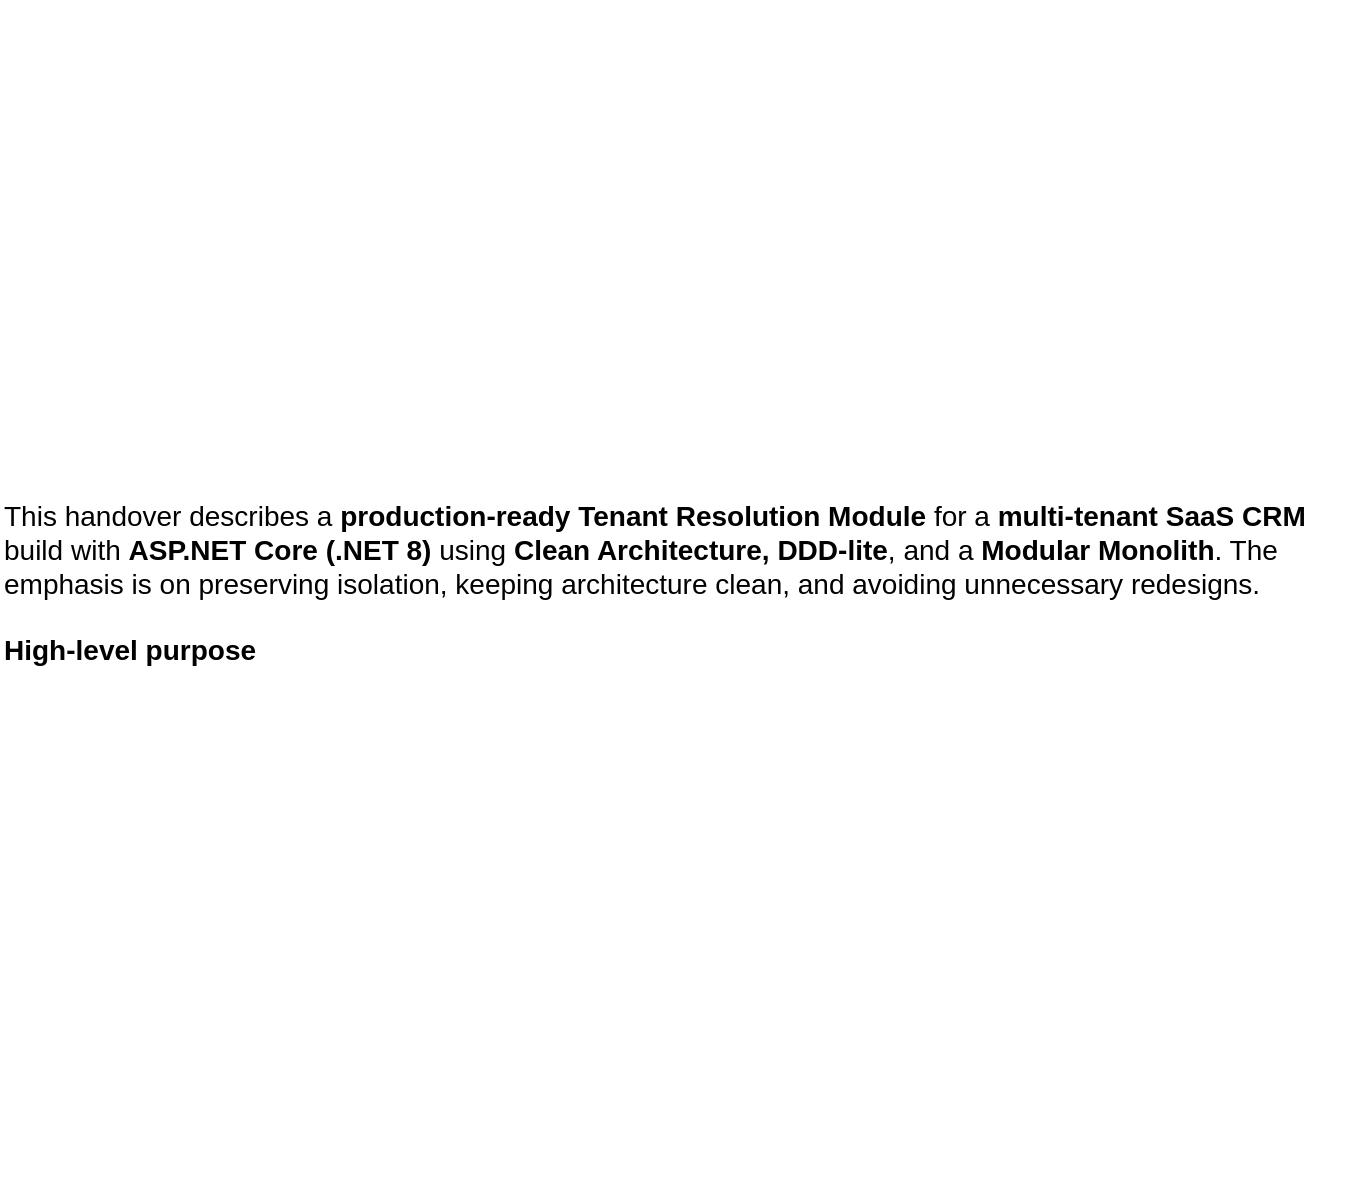
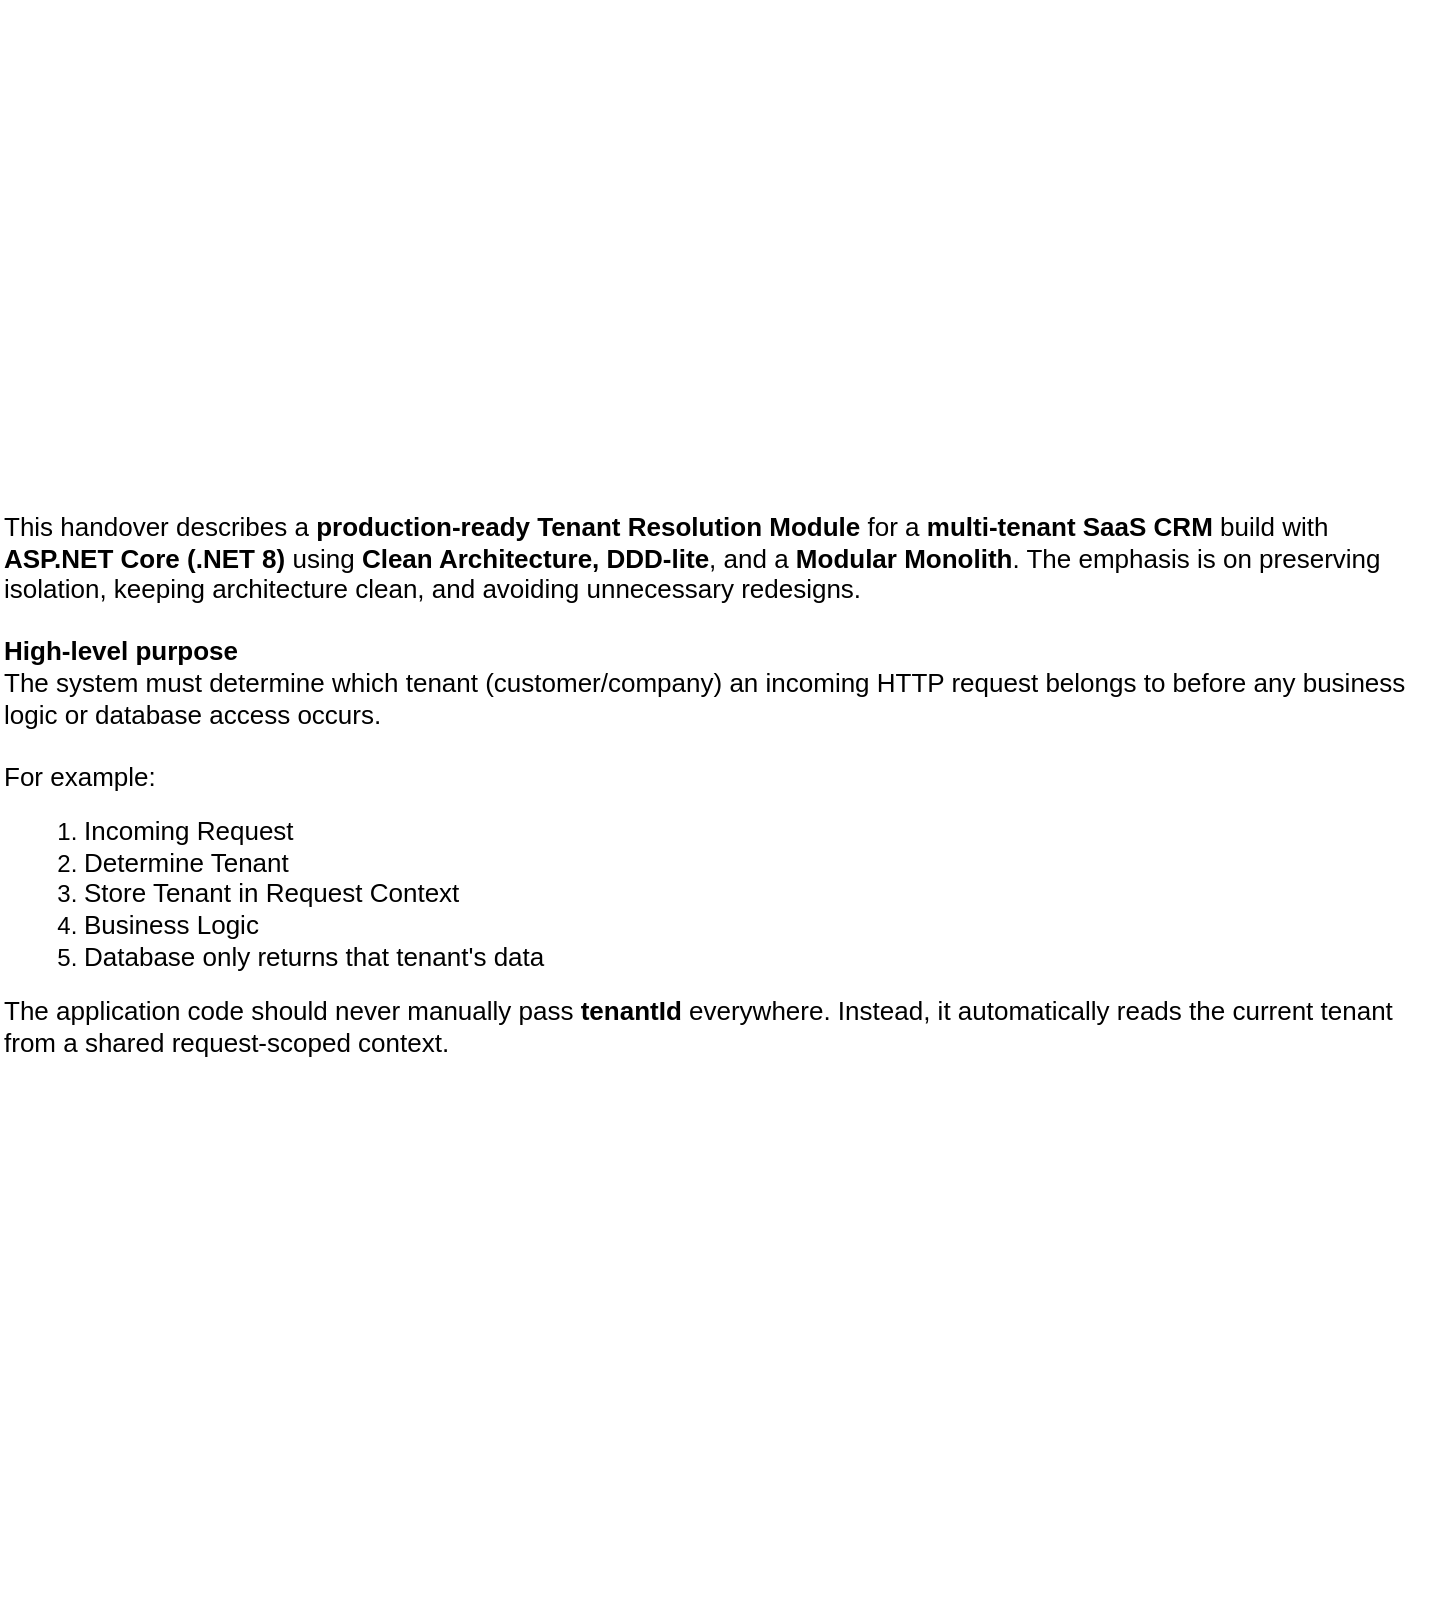
<mxfile host="app.diagrams.net">
  <diagram name="Page-1" id="CElwATwhmrqS2UhVftOB">
    <mxGraphModel dx="2691" dy="700" grid="1" gridSize="10" guides="1" tooltips="1" connect="1" arrows="1" fold="1" page="1" pageScale="1" pageWidth="850" pageHeight="1100" math="0" shadow="0">
      <root>
        <mxCell id="0" />
        <mxCell id="1" parent="0" />
-         <mxCell id="dD3OxyqSIHmNCJqEZoo5-2" parent="1" style="text;html=1;whiteSpace=wrap;strokeColor=none;fillColor=none;align=left;verticalAlign=middle;rounded=0;labelPosition=center;verticalLabelPosition=middle;" value="&lt;div&gt;&lt;font style=&quot;font-size: 14px;&quot;&gt;This handover describes a &lt;b&gt;production-ready Tenant Resolution Module&lt;/b&gt; for a &lt;b&gt;multi-tenant SaaS CRM&lt;/b&gt; build with &lt;b&gt;ASP.NET Core (.NET 8)&lt;/b&gt; using &lt;b&gt;Clean Architecture, DDD-lite&lt;/b&gt;, and a &lt;b&gt;Modular Monolith&lt;/b&gt;. The emphasis is on preserving isolation, keeping architecture clean, and avoiding unnecessary redesigns.&lt;/font&gt;&lt;/div&gt;&lt;div&gt;&lt;font style=&quot;font-size: 14px;&quot;&gt;&lt;br&gt;&lt;/font&gt;&lt;/div&gt;&lt;div&gt;&lt;font style=&quot;font-size: 14px;&quot;&gt;&lt;b&gt;High-level purpose&lt;/b&gt;&lt;/font&gt;&lt;/div&gt;&lt;div&gt;&lt;font style=&quot;font-size: 14px;&quot;&gt;&lt;br&gt;&lt;/font&gt;&lt;/div&gt;" vertex="1">
-           <mxGeometry height="600" width="680" x="-480" y="80" as="geometry" />
+         <mxCell id="dD3OxyqSIHmNCJqEZoo5-2" parent="1" style="text;html=1;whiteSpace=wrap;strokeColor=none;fillColor=none;align=left;verticalAlign=middle;rounded=0;labelPosition=center;verticalLabelPosition=middle;" value="&lt;div&gt;&lt;font style=&quot;font-size: 13px;&quot;&gt;This handover describes a &lt;b&gt;production-ready Tenant Resolution Module&lt;/b&gt; for a &lt;b&gt;multi-tenant SaaS CRM&lt;/b&gt; build with &lt;b&gt;ASP.NET Core (.NET 8)&lt;/b&gt; using &lt;b&gt;Clean Architecture, DDD-lite&lt;/b&gt;, and a &lt;b&gt;Modular Monolith&lt;/b&gt;. The emphasis is on preserving isolation, keeping architecture clean, and avoiding unnecessary redesigns.&lt;/font&gt;&lt;/div&gt;&lt;div&gt;&lt;font style=&quot;font-size: 13px;&quot;&gt;&lt;br&gt;&lt;/font&gt;&lt;/div&gt;&lt;div&gt;&lt;font style=&quot;font-size: 13px;&quot;&gt;&lt;b&gt;High-level purpose&lt;/b&gt;&lt;/font&gt;&lt;/div&gt;&lt;div&gt;&lt;font style=&quot;font-size: 13px;&quot;&gt;The system must determine which tenant (customer/company) an incoming HTTP request belongs to before any business logic or database access occurs.&lt;/font&gt;&lt;/div&gt;&lt;div&gt;&lt;font style=&quot;font-size: 13px;&quot;&gt;&lt;br&gt;&lt;/font&gt;&lt;/div&gt;&lt;div&gt;&lt;font style=&quot;font-size: 13px;&quot;&gt;For example:&lt;/font&gt;&lt;/div&gt;&lt;div&gt;&lt;ol&gt;&lt;li&gt;&lt;font style=&quot;font-size: 13px;&quot;&gt;Incoming Request&lt;/font&gt;&lt;/li&gt;&lt;li&gt;&lt;font style=&quot;font-size: 13px;&quot;&gt;Determine Tenant&amp;nbsp;&lt;/font&gt;&lt;/li&gt;&lt;li&gt;&lt;font style=&quot;font-size: 13px;&quot;&gt;Store Tenant in Request Context&lt;/font&gt;&lt;/li&gt;&lt;li&gt;&lt;font style=&quot;font-size: 13px;&quot;&gt;Business Logic&lt;/font&gt;&lt;/li&gt;&lt;li&gt;&lt;font style=&quot;font-size: 13px;&quot;&gt;Database only returns that tenant&#39;s data&lt;/font&gt;&lt;/li&gt;&lt;/ol&gt;&lt;div&gt;&lt;font style=&quot;font-size: 13px;&quot;&gt;The application code should never manually pass &lt;b&gt;tenantId &lt;/b&gt;everywhere. Instead, it automatically reads the current tenant from a shared request-scoped context.&lt;/font&gt;&lt;/div&gt;&lt;/div&gt;&lt;div&gt;&lt;font style=&quot;font-size: 13px;&quot;&gt;&lt;br&gt;&lt;/font&gt;&lt;/div&gt;" vertex="1">
+           <mxGeometry height="800" width="720" x="-480" y="80" as="geometry" />
        </mxCell>
      </root>
    </mxGraphModel>
  </diagram>
</mxfile>
